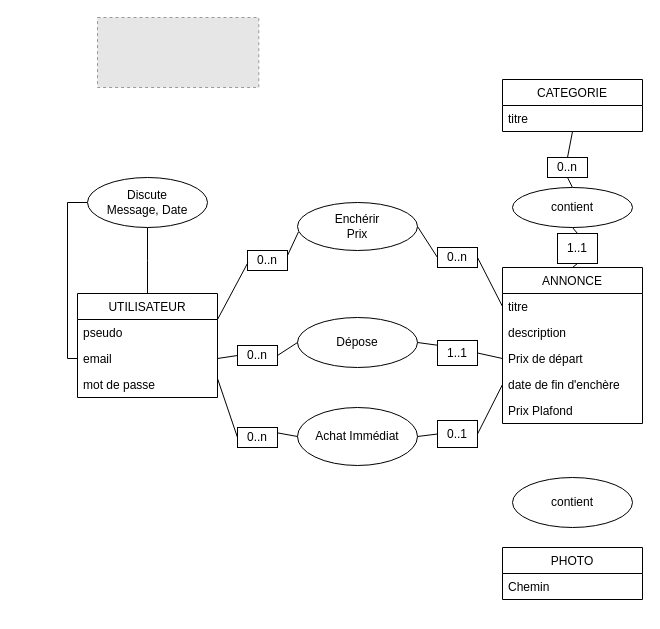
The draw.io diagram Untitled Diagram.drawio in Spirulineman/Le_meilleur_coin.com, before the edit. Source tidied: cells renumbered, new cells numbered last; positions are measured from the earlier drawing's top-left corner, leaving out a move shared by most shapes. Both pictures are drawn from the tidied source at 100%, with x=0, y=0 at pixel (67, 17). Pictures stored in the file or linked from it are replaced by grey dashed boxes.
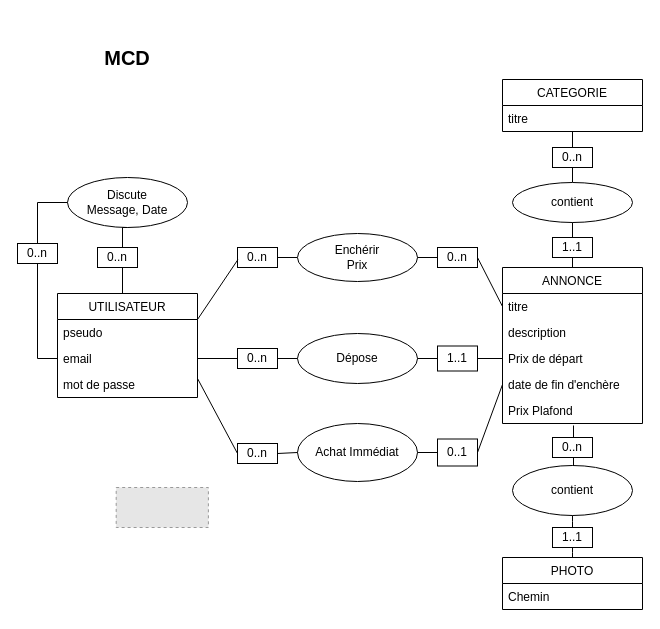
Above is the later version.

Unchanged cells that the change refers to:
```xml
<mxCell id="5" value="email" style="text;strokeColor=none;fillColor=none;align=left;verticalAlign=top;spacingLeft=4;spacingRight=4;overflow=hidden;points=[[0,0.5],[1,0.5]];portConstraint=eastwest;" parent="3" vertex="1">
  <mxGeometry y="52" width="140" height="26" as="geometry" />
</mxCell>
<mxCell id="13" value="Prix Plafond&#10;" style="text;strokeColor=none;fillColor=none;align=left;verticalAlign=top;spacingLeft=4;spacingRight=4;overflow=hidden;points=[[0,0.5],[1,0.5]];portConstraint=eastwest;" parent="8" vertex="1">
  <mxGeometry y="130" width="140" height="26" as="geometry" />
</mxCell>
```

The edit, as a diff of the source:
```diff
@@
-    <mxCell id="2" style="rounded=0;jettySize=auto;html=1;exitX=1;exitY=0.25;exitDx=0;exitDy=0;entryX=0.008;entryY=0.613;entryDx=0;entryDy=0;entryPerimeter=0;startArrow=none;startFill=0;endArrow=none;endFill=0;" parent="1" edge="1" source="33" target="27">
+    <mxCell id="2" style="rounded=0;jettySize=auto;html=1;exitX=1;exitY=0.5;exitDx=0;exitDy=0;entryX=0;entryY=0.5;entryDx=0;entryDy=0;startArrow=none;startFill=0;endArrow=none;endFill=0;" parent="1" edge="1" source="33" target="27">
       <mxGeometry relative="1" as="geometry" />
     </mxCell>
     <mxCell id="3" value="UTILISATEUR" style="swimlane;fontStyle=0;horizontal=1;startSize=26;fillColor=none;" parent="1" vertex="1">
-      <mxGeometry x="10" y="276" width="140" height="104" as="geometry" />
+      <mxGeometry x="-10" y="276" width="140" height="104" as="geometry" />
     </mxCell>
@@
     <mxCell id="17" value="PHOTO" style="swimlane;fontStyle=0;horizontal=1;startSize=26;fillColor=none;" parent="1" vertex="1">
-      <mxGeometry x="435" y="530" width="140" height="52" as="geometry" />
+      <mxGeometry x="435" y="540" width="140" height="52" as="geometry" />
     </mxCell>
@@
     <mxCell id="20" value="Dépose" style="ellipse;whiteSpace=wrap;html=1;" parent="1" vertex="1">
-      <mxGeometry x="230" y="300" width="120" height="50" as="geometry" />
+      <mxGeometry x="230" y="316" width="120" height="50" as="geometry" />
     </mxCell>
@@
     <mxCell id="22" value="contient" style="ellipse;whiteSpace=wrap;html=1;" parent="1" vertex="1">
-      <mxGeometry x="445" y="170" width="120" height="40" as="geometry" />
+      <mxGeometry x="445" y="165" width="120" height="40" as="geometry" />
     </mxCell>
+    <mxCell id="50" style="edgeStyle=elbowEdgeStyle;rounded=0;jettySize=auto;html=1;exitX=0.5;exitY=0;exitDx=0;exitDy=0;entryX=0.51;entryY=1.077;entryDx=0;entryDy=0;entryPerimeter=0;startArrow=none;startFill=0;endArrow=none;endFill=0;" parent="1" edge="1" source="23" target="13">
+      <mxGeometry relative="1" as="geometry" />
+    </mxCell>
+    <mxCell id="51" style="edgeStyle=elbowEdgeStyle;rounded=0;jettySize=auto;html=1;exitX=0.5;exitY=1;exitDx=0;exitDy=0;entryX=0.5;entryY=0;entryDx=0;entryDy=0;startArrow=none;startFill=0;endArrow=none;endFill=0;" parent="1" edge="1" source="57" target="17">
+      <mxGeometry relative="1" as="geometry" />
+    </mxCell>
     <mxCell id="23" value="contient" style="ellipse;whiteSpace=wrap;html=1;" parent="1" vertex="1">
-      <mxGeometry x="445" y="460" width="120" height="50" as="geometry" />
+      <mxGeometry x="445" y="448" width="120" height="50" as="geometry" />
     </mxCell>
-    <mxCell id="24" style="edgeStyle=elbowEdgeStyle;rounded=0;jettySize=auto;html=1;exitX=0;exitY=0.5;exitDx=0;exitDy=0;entryX=0;entryY=0.5;entryDx=0;entryDy=0;startArrow=none;startFill=0;endArrow=none;endFill=0;" parent="1" edge="1" source="26" target="5">
+    <mxCell id="24" style="edgeStyle=elbowEdgeStyle;rounded=0;jettySize=auto;html=1;exitX=0;exitY=0.5;exitDx=0;exitDy=0;entryX=0;entryY=0.5;entryDx=0;entryDy=0;startArrow=none;startFill=0;endArrow=none;endFill=0;" parent="1" edge="1" source="54" target="5">
       <mxGeometry relative="1" as="geometry">
         <Array as="points">
-          <mxPoint y="260" />
+          <mxPoint x="-30" y="290" />
         </Array>
       </mxGeometry>
     </mxCell>
-    <mxCell id="25" style="edgeStyle=elbowEdgeStyle;rounded=0;jettySize=auto;html=1;exitX=0.5;exitY=1;exitDx=0;exitDy=0;entryX=0.5;entryY=0;entryDx=0;entryDy=0;startArrow=none;startFill=0;endArrow=none;endFill=0;" parent="1" edge="1" source="26" target="3">
+    <mxCell id="25" style="edgeStyle=elbowEdgeStyle;rounded=0;jettySize=auto;html=1;exitX=0.5;exitY=1;exitDx=0;exitDy=0;entryX=0.5;entryY=0;entryDx=0;entryDy=0;startArrow=none;startFill=0;endArrow=none;endFill=0;" parent="1" edge="1" source="52" target="3">
       <mxGeometry relative="1" as="geometry" />
     </mxCell>
     <mxCell id="26" value="&lt;div&gt;Discute&lt;/div&gt;&lt;div&gt;Message, Date&lt;br&gt;&lt;/div&gt;" style="ellipse;whiteSpace=wrap;html=1;" parent="1" vertex="1">
-      <mxGeometry x="20" y="160" width="120" height="50" as="geometry" />
+      <mxGeometry y="160" width="120" height="50" as="geometry" />
     </mxCell>
     <mxCell id="27" value="&lt;div&gt;Enchérir&lt;/div&gt;&lt;div&gt;Prix&lt;br&gt;&lt;/div&gt;" style="ellipse;whiteSpace=wrap;html=1;" parent="1" vertex="1">
-      <mxGeometry x="230" y="185" width="120" height="48" as="geometry" />
+      <mxGeometry x="230" y="216" width="120" height="48" as="geometry" />
     </mxCell>
@@
     <mxCell id="30" value="Achat Immédiat" style="ellipse;whiteSpace=wrap;html=1;" parent="1" vertex="1">
-      <mxGeometry x="230" y="390" width="120" height="58" as="geometry" />
+      <mxGeometry x="230" y="406" width="120" height="58" as="geometry" />
     </mxCell>
@@
     <mxCell id="33" value="0..n" style="text;html=1;align=center;verticalAlign=middle;whiteSpace=wrap;rounded=0;fillColor=#ffffff;strokeColor=#000000;" parent="1" vertex="1">
-      <mxGeometry x="180" y="233" width="40" height="20" as="geometry" />
+      <mxGeometry x="170" y="230" width="40" height="20" as="geometry" />
     </mxCell>
@@
     <mxCell id="37" value="0..n" style="text;html=1;align=center;verticalAlign=middle;whiteSpace=wrap;rounded=0;fillColor=#ffffff;strokeColor=#000000;" parent="1" vertex="1">
-      <mxGeometry x="170" y="328" width="40" height="20" as="geometry" />
+      <mxGeometry x="170" y="331" width="40" height="20" as="geometry" />
     </mxCell>
@@
     <mxCell id="39" value="1..1" style="text;html=1;align=center;verticalAlign=middle;whiteSpace=wrap;rounded=0;fillColor=#ffffff;strokeColor=#000000;" parent="1" vertex="1">
-      <mxGeometry x="370" y="323" width="40" height="25" as="geometry" />
+      <mxGeometry x="370" y="328.5" width="40" height="25" as="geometry" />
     </mxCell>
-    <mxCell id="40" style="edgeStyle=none;rounded=0;jettySize=auto;html=1;exitX=1;exitY=0.5;exitDx=0;exitDy=0;entryX=0.014;entryY=0.192;entryDx=0;entryDy=0;entryPerimeter=0;startArrow=none;startFill=0;endArrow=none;endFill=0;" parent="1" edge="1" source="20" target="39">
+    <mxCell id="40" style="edgeStyle=none;rounded=0;jettySize=auto;html=1;exitX=1;exitY=0.5;exitDx=0;exitDy=0;entryX=0;entryY=0.5;entryDx=0;entryDy=0;startArrow=none;startFill=0;endArrow=none;endFill=0;" parent="1" edge="1" source="20" target="39">
       <mxGeometry relative="1" as="geometry" />
     </mxCell>
     <mxCell id="41" value="0..n" style="text;html=1;fillColor=none;align=center;verticalAlign=middle;whiteSpace=wrap;rounded=0;strokeColor=#000000;" parent="1" vertex="1">
-      <mxGeometry x="480" y="140" width="40" height="20" as="geometry" />
+      <mxGeometry x="485" y="130" width="40" height="20" as="geometry" />
     </mxCell>
@@
     <mxCell id="43" value="1..1" style="text;html=1;fillColor=none;align=center;verticalAlign=middle;whiteSpace=wrap;rounded=0;strokeColor=#000000;" parent="1" vertex="1">
-      <mxGeometry x="490" y="216" width="40" height="30" as="geometry" />
+      <mxGeometry x="485" y="220" width="40" height="20" as="geometry" />
     </mxCell>
@@
     <mxCell id="45" value="0..n" style="text;html=1;align=center;verticalAlign=middle;whiteSpace=wrap;rounded=0;fillColor=#ffffff;strokeColor=#000000;" parent="1" vertex="1">
-      <mxGeometry x="170" y="410" width="40" height="20" as="geometry" />
+      <mxGeometry x="170" y="426" width="40" height="20" as="geometry" />
     </mxCell>
-    <mxCell id="46" style="edgeStyle=none;rounded=0;jettySize=auto;html=1;exitX=0;exitY=0.5;exitDx=0;exitDy=0;entryX=1;entryY=0.269;entryDx=0;entryDy=0;entryPerimeter=0;startArrow=none;startFill=0;endArrow=none;endFill=0;" parent="1" edge="1" source="30" target="45">
+    <mxCell id="46" style="edgeStyle=none;rounded=0;jettySize=auto;html=1;exitX=0;exitY=0.5;exitDx=0;exitDy=0;entryX=1;entryY=0.5;entryDx=0;entryDy=0;startArrow=none;startFill=0;endArrow=none;endFill=0;" parent="1" edge="1" source="30" target="45">
       <mxGeometry relative="1" as="geometry" />
     </mxCell>
     <mxCell id="47" value="0..1" style="text;html=1;align=center;verticalAlign=middle;whiteSpace=wrap;rounded=0;fillColor=#ffffff;strokeColor=#000000;" parent="1" vertex="1">
-      <mxGeometry x="370" y="403" width="40" height="27" as="geometry" />
+      <mxGeometry x="370" y="421.5" width="40" height="27" as="geometry" />
     </mxCell>
@@
     <mxCell id="49" style="fillColor=#E6E6E6;strokeColor=#999999;dashed=1;verticalLabelPosition=bottom;labelBackgroundColor=#ffffff;verticalAlign=top;" parent="1" vertex="1">
-      <mxGeometry x="30" width="161.3" height="70" as="geometry" />
+      <mxGeometry x="48.7" y="470" width="92.2" height="40" as="geometry" />
     </mxCell>
+    <mxCell id="52" value="0..n" style="text;html=1;align=center;verticalAlign=middle;whiteSpace=wrap;rounded=0;fillColor=#ffffff;strokeColor=#000000;" parent="1" vertex="1">
+      <mxGeometry x="30" y="230" width="40" height="20" as="geometry" />
+    </mxCell>
+    <mxCell id="53" style="edgeStyle=elbowEdgeStyle;rounded=0;jettySize=auto;html=1;exitX=0.5;exitY=1;exitDx=0;exitDy=0;entryX=0.5;entryY=0;entryDx=0;entryDy=0;startArrow=none;startFill=0;endArrow=none;endFill=0;" parent="1" edge="1" source="26" target="52">
+      <mxGeometry relative="1" as="geometry" />
+    </mxCell>
+    <mxCell id="54" value="0..n" style="text;html=1;align=center;verticalAlign=middle;whiteSpace=wrap;rounded=0;fillColor=#ffffff;strokeColor=#000000;" parent="1" vertex="1">
+      <mxGeometry x="-50" y="226" width="40" height="20" as="geometry" />
+    </mxCell>
+    <mxCell id="55" style="edgeStyle=elbowEdgeStyle;rounded=0;jettySize=auto;html=1;exitX=0;exitY=0.5;exitDx=0;exitDy=0;entryX=0.5;entryY=0;entryDx=0;entryDy=0;startArrow=none;startFill=0;endArrow=none;endFill=0;" parent="1" edge="1" source="26" target="54">
+      <mxGeometry relative="1" as="geometry">
+        <Array as="points">
+          <mxPoint x="-30" y="210" />
+        </Array>
+      </mxGeometry>
+    </mxCell>
+    <mxCell id="56" value="0..n" style="text;html=1;align=center;verticalAlign=middle;whiteSpace=wrap;rounded=0;fillColor=#ffffff;strokeColor=#000000;" parent="1" vertex="1">
+      <mxGeometry x="485" y="420" width="40" height="20" as="geometry" />
+    </mxCell>
+    <mxCell id="57" value="&lt;div align=&quot;center&quot;&gt;1..1&lt;/div&gt;" style="text;html=1;align=center;verticalAlign=middle;whiteSpace=wrap;rounded=0;fillColor=#ffffff;strokeColor=#000000;fontStyle=0;" parent="1" vertex="1">
+      <mxGeometry x="485" y="510" width="40" height="20" as="geometry" />
+    </mxCell>
+    <mxCell id="58" style="edgeStyle=elbowEdgeStyle;rounded=0;jettySize=auto;html=1;exitX=0.5;exitY=1;exitDx=0;exitDy=0;entryX=0.5;entryY=0;entryDx=0;entryDy=0;startArrow=none;startFill=0;endArrow=none;endFill=0;" parent="1" edge="1" source="23" target="57">
+      <mxGeometry relative="1" as="geometry" />
+    </mxCell>
+    <mxCell id="59" value="MCD" style="text;html=1;strokeColor=none;fillColor=none;align=center;verticalAlign=middle;whiteSpace=wrap;rounded=0;fontStyle=1;fontSize=20;" parent="1" vertex="1">
+      <mxGeometry x="20" y="30" width="80" height="20" as="geometry" />
+    </mxCell>
```
